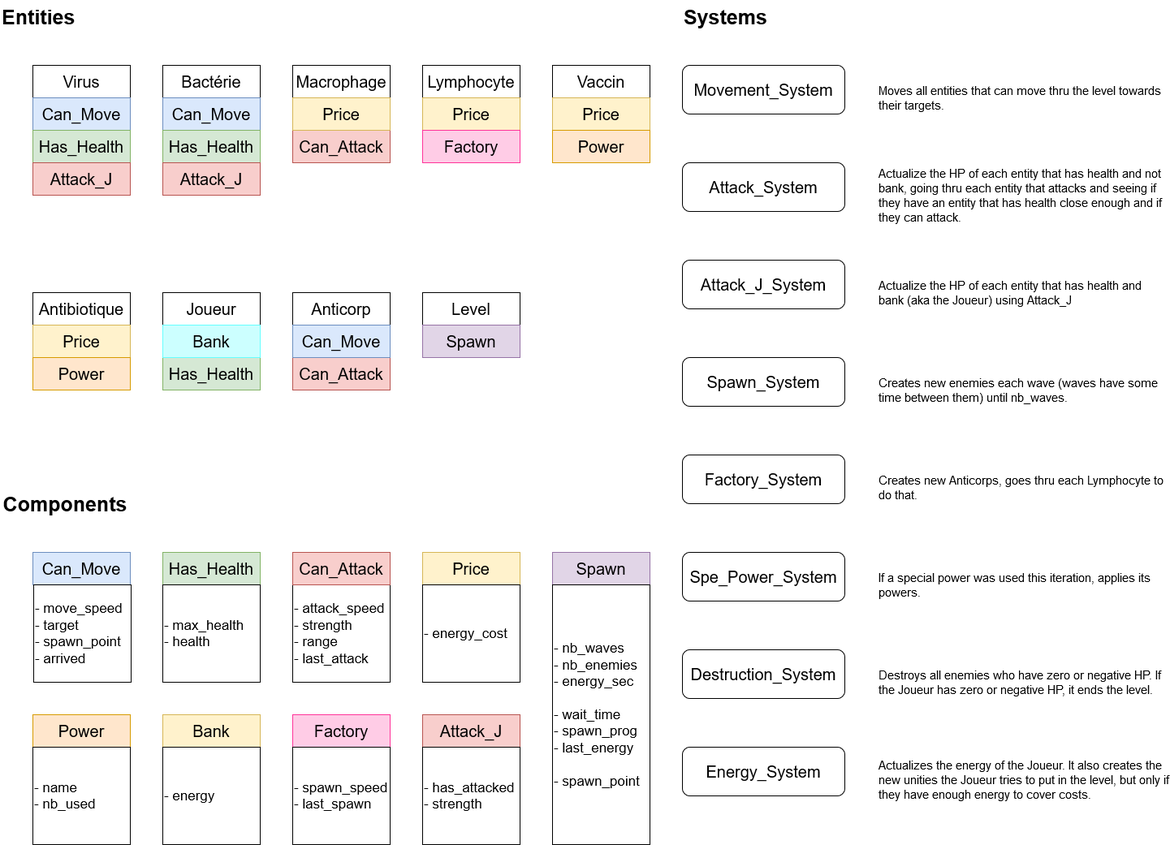
This is entities_components.png from Titanmito/Immunocalypse, a draw.io export, as it was before one commit. Source tidied: cells renumbered, new cells last; positions are measured from the earlier drawing's top-left corner, leaving out a move shared by most shapes.
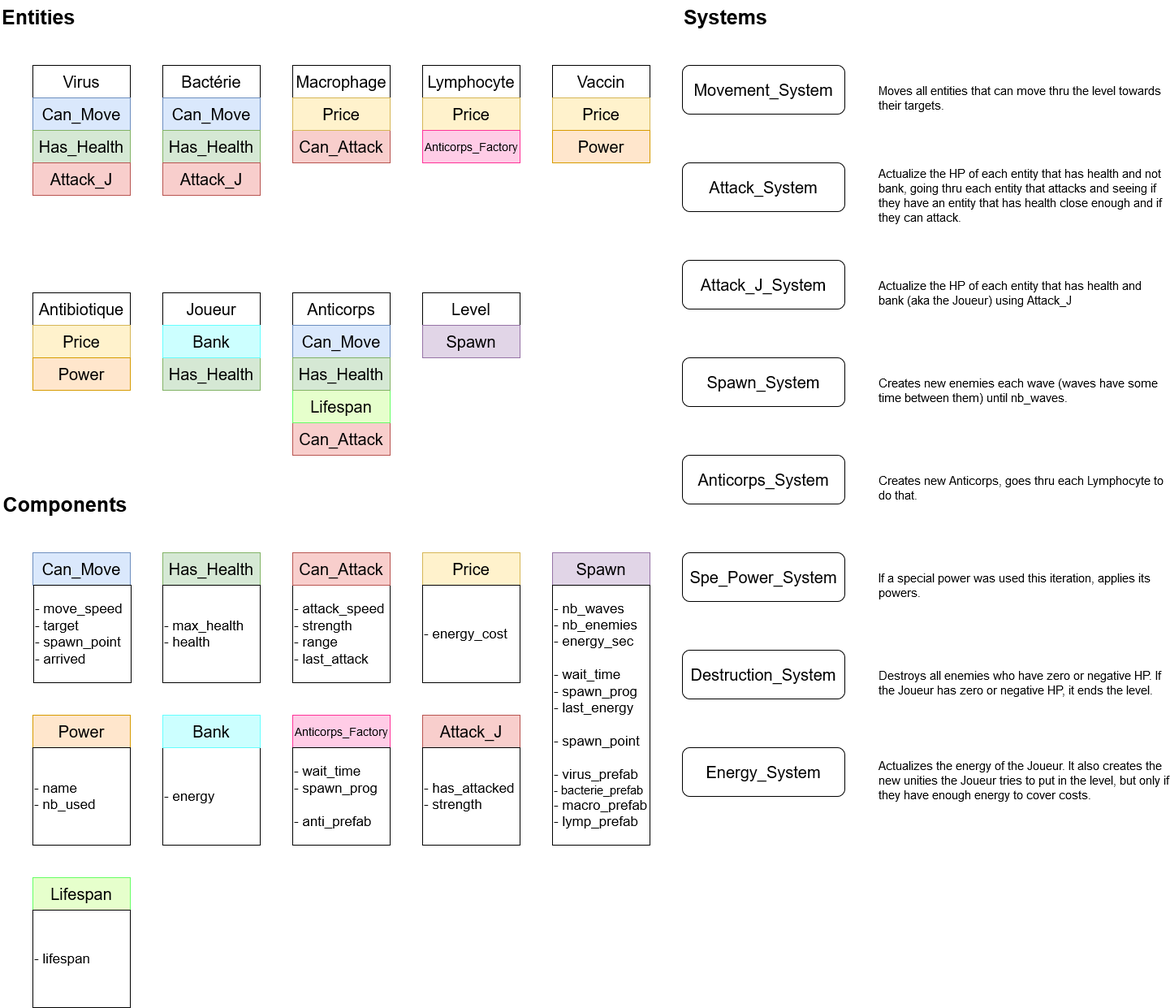
After the change.

Diff of the diagram source:
```diff
@@ -94,11 +94,14 @@
     <mxCell id="31" value="&lt;font style=&quot;font-size: 20px&quot;&gt;Price&lt;/font&gt;" style="rounded=0;whiteSpace=wrap;html=1;fillColor=#fff2cc;strokeColor=#d6b656;" parent="1" vertex="1">
       <mxGeometry x="40" y="400" width="120" height="40" as="geometry" />
     </mxCell>
-    <mxCell id="32" value="&lt;font style=&quot;font-size: 20px&quot;&gt;Anticorp&lt;/font&gt;" style="rounded=0;whiteSpace=wrap;html=1;" parent="1" vertex="1">
+    <mxCell id="32" value="&lt;font style=&quot;font-size: 20px&quot;&gt;Anticorps&lt;/font&gt;" style="rounded=0;whiteSpace=wrap;html=1;" parent="1" vertex="1">
       <mxGeometry x="360" y="360" width="120" height="40" as="geometry" />
     </mxCell>
+    <mxCell id="69" style="edgeStyle=orthogonalEdgeStyle;rounded=0;jettySize=auto;html=1;" parent="1" edge="1" source="73" target="34">
+      <mxGeometry relative="1" as="geometry" />
+    </mxCell>
     <mxCell id="33" value="&lt;font style=&quot;font-size: 20px&quot;&gt;Can_Attack&lt;/font&gt;" style="rounded=0;whiteSpace=wrap;html=1;fillColor=#f8cecc;strokeColor=#b85450;" parent="1" vertex="1">
-      <mxGeometry x="360" y="440" width="120" height="40" as="geometry" />
+      <mxGeometry x="360" y="520" width="120" height="40" as="geometry" />
     </mxCell>
     <mxCell id="34" value="&lt;font style=&quot;font-size: 20px&quot;&gt;Can_Move&lt;/font&gt;" style="rounded=0;whiteSpace=wrap;html=1;fillColor=#dae8fc;strokeColor=#6c8ebf;" parent="1" vertex="1">
       <mxGeometry x="360" y="400" width="120" height="40" as="geometry" />
@@ -106,7 +109,7 @@
     <mxCell id="35" value="&lt;font style=&quot;font-size: 20px&quot;&gt;Spawn&lt;/font&gt;" style="rounded=0;whiteSpace=wrap;html=1;fillColor=#e1d5e7;strokeColor=#9673a6;" parent="1" vertex="1">
       <mxGeometry x="680" y="680" width="120" height="40" as="geometry" />
     </mxCell>
-    <mxCell id="36" value="&lt;div&gt;&lt;font style=&quot;font-size: 17px&quot;&gt;- nb_waves&lt;/font&gt;&lt;/div&gt;&lt;div&gt;&lt;font style=&quot;font-size: 17px&quot;&gt;- nb_enemies&lt;/font&gt;&lt;/div&gt;&lt;div&gt;&lt;font style=&quot;font-size: 17px&quot;&gt;- energy_sec&lt;br&gt;&lt;/font&gt;&lt;/div&gt;&lt;div&gt;&lt;font style=&quot;font-size: 17px&quot;&gt;&lt;br&gt;&lt;/font&gt;&lt;/div&gt;&lt;div&gt;&lt;font style=&quot;font-size: 17px&quot;&gt;- wait_time&lt;/font&gt;&lt;/div&gt;&lt;div&gt;&lt;font style=&quot;font-size: 17px&quot;&gt;- spawn_prog&lt;br&gt;&lt;/font&gt;&lt;/div&gt;&lt;div&gt;&lt;font style=&quot;font-size: 17px&quot;&gt;- last_energy&lt;br&gt;&lt;/font&gt;&lt;/div&gt;&lt;div&gt;&lt;font style=&quot;font-size: 17px&quot;&gt;&lt;br&gt;&lt;/font&gt;&lt;/div&gt;&lt;div&gt;&lt;font style=&quot;font-size: 17px&quot;&gt;- spawn_point&lt;br&gt;&lt;/font&gt;&lt;/div&gt;" style="rounded=0;whiteSpace=wrap;html=1;align=left;" parent="1" vertex="1">
+    <mxCell id="36" value="&lt;div&gt;&lt;font style=&quot;font-size: 17px&quot;&gt;- nb_waves&lt;/font&gt;&lt;/div&gt;&lt;div&gt;&lt;font style=&quot;font-size: 17px&quot;&gt;- nb_enemies&lt;/font&gt;&lt;/div&gt;&lt;div&gt;&lt;font style=&quot;font-size: 17px&quot;&gt;- energy_sec&lt;br&gt;&lt;/font&gt;&lt;/div&gt;&lt;div&gt;&lt;font style=&quot;font-size: 17px&quot;&gt;&lt;br&gt;&lt;/font&gt;&lt;/div&gt;&lt;div&gt;&lt;font style=&quot;font-size: 17px&quot;&gt;- wait_time&lt;/font&gt;&lt;/div&gt;&lt;div&gt;&lt;font style=&quot;font-size: 17px&quot;&gt;- spawn_prog&lt;br&gt;&lt;/font&gt;&lt;/div&gt;&lt;div&gt;&lt;font style=&quot;font-size: 17px&quot;&gt;- last_energy&lt;br&gt;&lt;/font&gt;&lt;/div&gt;&lt;div&gt;&lt;font style=&quot;font-size: 17px&quot;&gt;&lt;br&gt;&lt;/font&gt;&lt;/div&gt;&lt;div&gt;&lt;font style=&quot;font-size: 17px&quot;&gt;- spawn_point&lt;/font&gt;&lt;/div&gt;&lt;div&gt;&lt;font style=&quot;font-size: 17px&quot;&gt;&lt;br&gt;&lt;/font&gt;&lt;/div&gt;&lt;div&gt;&lt;font style=&quot;font-size: 17px&quot;&gt;- virus_prefab&lt;/font&gt;&lt;/div&gt;&lt;div style=&quot;font-size: 15px&quot;&gt;&lt;font style=&quot;font-size: 15px&quot;&gt;- bacterie_prefab&lt;/font&gt;&lt;/div&gt;&lt;div style=&quot;font-size: 17px&quot;&gt;&lt;font style=&quot;font-size: 17px&quot;&gt;- macro_prefab&lt;/font&gt;&lt;/div&gt;&lt;div style=&quot;font-size: 17px&quot;&gt;&lt;font style=&quot;font-size: 17px&quot;&gt;- lymp_prefab&lt;br&gt;&lt;/font&gt;&lt;/div&gt;" style="rounded=0;whiteSpace=wrap;html=1;align=left;" parent="1" vertex="1">
       <mxGeometry x="680" y="720" width="120" height="320" as="geometry" />
     </mxCell>
     <mxCell id="37" value="&lt;font style=&quot;font-size: 20px&quot;&gt;Spawn&lt;/font&gt;" style="rounded=0;whiteSpace=wrap;html=1;fillColor=#e1d5e7;strokeColor=#9673a6;" parent="1" vertex="1">
@@ -142,9 +145,6 @@
     <mxCell id="47" value="&lt;font style=&quot;font-size: 20px&quot;&gt;Destruction_System&lt;/font&gt;" style="rounded=1;whiteSpace=wrap;html=1;" parent="1" vertex="1">
       <mxGeometry x="840" y="800" width="200" height="60" as="geometry" />
     </mxCell>
-    <mxCell id="48" value="&lt;font style=&quot;font-size: 20px&quot;&gt;Bank&lt;/font&gt;" style="rounded=0;whiteSpace=wrap;html=1;fillColor=#fff2cc;strokeColor=#d6b656;" parent="1" vertex="1">
-      <mxGeometry x="200" y="880" width="120" height="40" as="geometry" />
-    </mxCell>
     <mxCell id="49" value="&lt;div&gt;&lt;font style=&quot;font-size: 17px&quot;&gt;- energy&lt;/font&gt;&lt;/div&gt;" style="rounded=0;whiteSpace=wrap;html=1;align=left;" parent="1" vertex="1">
       <mxGeometry x="200" y="920" width="120" height="120" as="geometry" />
     </mxCell>
@@ -154,16 +154,16 @@
     <mxCell id="51" value="&lt;font style=&quot;font-size: 20px&quot;&gt;Energy_System&lt;/font&gt;" style="rounded=1;whiteSpace=wrap;html=1;" parent="1" vertex="1">
       <mxGeometry x="840" y="920" width="200" height="60" as="geometry" />
     </mxCell>
-    <mxCell id="52" value="&lt;font style=&quot;font-size: 20px&quot;&gt;Factory&lt;/font&gt;" style="rounded=0;whiteSpace=wrap;html=1;fillColor=#FFCCE6;strokeColor=#FF3399;" parent="1" vertex="1">
+    <mxCell id="52" value="&lt;font style=&quot;font-size: 14px&quot;&gt;Anticorps_Factory&lt;/font&gt;" style="rounded=0;whiteSpace=wrap;html=1;fillColor=#FFCCE6;strokeColor=#FF3399;" parent="1" vertex="1">
       <mxGeometry x="360" y="880" width="120" height="40" as="geometry" />
     </mxCell>
-    <mxCell id="53" value="&lt;div&gt;&lt;font style=&quot;font-size: 17px&quot;&gt;- spawn_speed&lt;br&gt;&lt;/font&gt;&lt;/div&gt;&lt;div&gt;&lt;font style=&quot;font-size: 17px&quot;&gt;- last_spawn&lt;br&gt;&lt;/font&gt;&lt;/div&gt;" style="rounded=0;whiteSpace=wrap;html=1;align=left;" parent="1" vertex="1">
+    <mxCell id="53" value="&lt;div&gt;&lt;font style=&quot;font-size: 17px&quot;&gt;- wait_time&lt;br&gt;&lt;/font&gt;&lt;/div&gt;&lt;div&gt;&lt;font style=&quot;font-size: 17px&quot;&gt;- spawn_prog&lt;/font&gt;&lt;/div&gt;&lt;div&gt;&lt;font style=&quot;font-size: 17px&quot;&gt;&lt;br&gt;&lt;/font&gt;&lt;/div&gt;&lt;div&gt;&lt;font style=&quot;font-size: 17px&quot;&gt;- anti_prefab&lt;br&gt;&lt;/font&gt;&lt;/div&gt;" style="rounded=0;whiteSpace=wrap;html=1;align=left;" parent="1" vertex="1">
       <mxGeometry x="360" y="920" width="120" height="120" as="geometry" />
     </mxCell>
-    <mxCell id="54" value="&lt;font style=&quot;font-size: 20px&quot;&gt;Factory&lt;/font&gt;" style="rounded=0;whiteSpace=wrap;html=1;fillColor=#FFCCE6;strokeColor=#FF3399;" parent="1" vertex="1">
+    <mxCell id="54" value="&lt;font style=&quot;font-size: 14px&quot;&gt;Anticorps_Factory&lt;/font&gt;" style="rounded=0;whiteSpace=wrap;html=1;fillColor=#FFCCE6;strokeColor=#FF3399;" parent="1" vertex="1">
       <mxGeometry x="520" y="160" width="120" height="40" as="geometry" />
     </mxCell>
-    <mxCell id="55" value="&lt;font style=&quot;font-size: 20px&quot;&gt;Factory_System&lt;/font&gt;" style="rounded=1;whiteSpace=wrap;html=1;" parent="1" vertex="1">
+    <mxCell id="55" value="&lt;font style=&quot;font-size: 20px&quot;&gt;Anticorps_System&lt;/font&gt;" style="rounded=1;whiteSpace=wrap;html=1;" parent="1" vertex="1">
       <mxGeometry x="840" y="560" width="200" height="60" as="geometry" />
     </mxCell>
     <mxCell id="56" value="Moves all entities that can move thru the level towards their targets." style="text;html=1;strokeColor=none;fillColor=none;align=left;verticalAlign=middle;whiteSpace=wrap;rounded=0;fontSize=15;" parent="1" vertex="1">
@@ -205,5 +205,20 @@
     <mxCell id="68" value="Actualize the HP of each entity that has health and&amp;nbsp; bank (aka the Joueur) using Attack_J" style="text;html=1;strokeColor=none;fillColor=none;align=left;verticalAlign=middle;whiteSpace=wrap;rounded=0;fontSize=15;" parent="1" vertex="1">
       <mxGeometry x="1080" y="320" width="360" height="80" as="geometry" />
     </mxCell>
+    <mxCell id="70" value="&lt;font style=&quot;font-size: 20px&quot;&gt;Lifespan&lt;/font&gt;" style="rounded=0;whiteSpace=wrap;html=1;fillColor=#E6FFCC;strokeColor=#66FF66;" parent="1" vertex="1">
+      <mxGeometry x="360" y="480" width="120" height="40" as="geometry" />
+    </mxCell>
+    <mxCell id="48" value="&lt;font style=&quot;font-size: 20px&quot;&gt;Bank&lt;/font&gt;" style="rounded=0;whiteSpace=wrap;html=1;fillColor=#CCFFFF;strokeColor=#66FFFF;" parent="1" vertex="1">
+      <mxGeometry x="200" y="880" width="120" height="40" as="geometry" />
+    </mxCell>
+    <mxCell id="71" value="&lt;font style=&quot;font-size: 20px&quot;&gt;Lifespan&lt;/font&gt;" style="rounded=0;whiteSpace=wrap;html=1;fillColor=#E6FFCC;strokeColor=#66FF66;" parent="1" vertex="1">
+      <mxGeometry x="40" y="1080" width="120" height="40" as="geometry" />
+    </mxCell>
+    <mxCell id="72" value="&lt;div&gt;&lt;font style=&quot;font-size: 17px&quot;&gt;- lifespan&lt;/font&gt;&lt;/div&gt;" style="rounded=0;whiteSpace=wrap;html=1;align=left;" parent="1" vertex="1">
+      <mxGeometry x="40" y="1120" width="120" height="120" as="geometry" />
+    </mxCell>
+    <mxCell id="73" value="&lt;font style=&quot;font-size: 20px&quot;&gt;Has_Health&lt;/font&gt;" style="rounded=0;whiteSpace=wrap;html=1;fillColor=#d5e8d4;strokeColor=#82b366;" parent="1" vertex="1">
+      <mxGeometry x="360" y="440" width="120" height="40" as="geometry" />
+    </mxCell>
   </root>
 </mxGraphModel>
```
